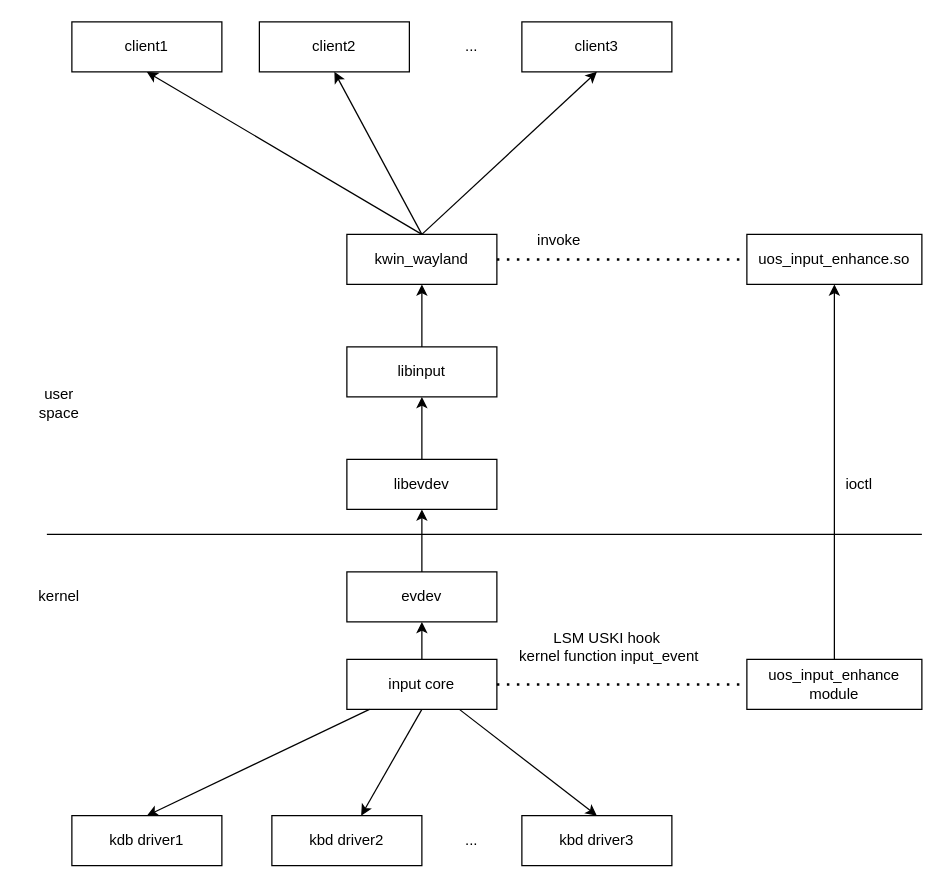
Above: input_enhance1.drawio in Allinaent/share (draw.io), before the change. Source tidied: cells renumbered, new cells numbered last; positions are measured from the earlier drawing's top-left corner, leaving out a move shared by most shapes. Both pictures are drawn from the tidied source at 125%, with x=0, y=0 at pixel (21, 21).
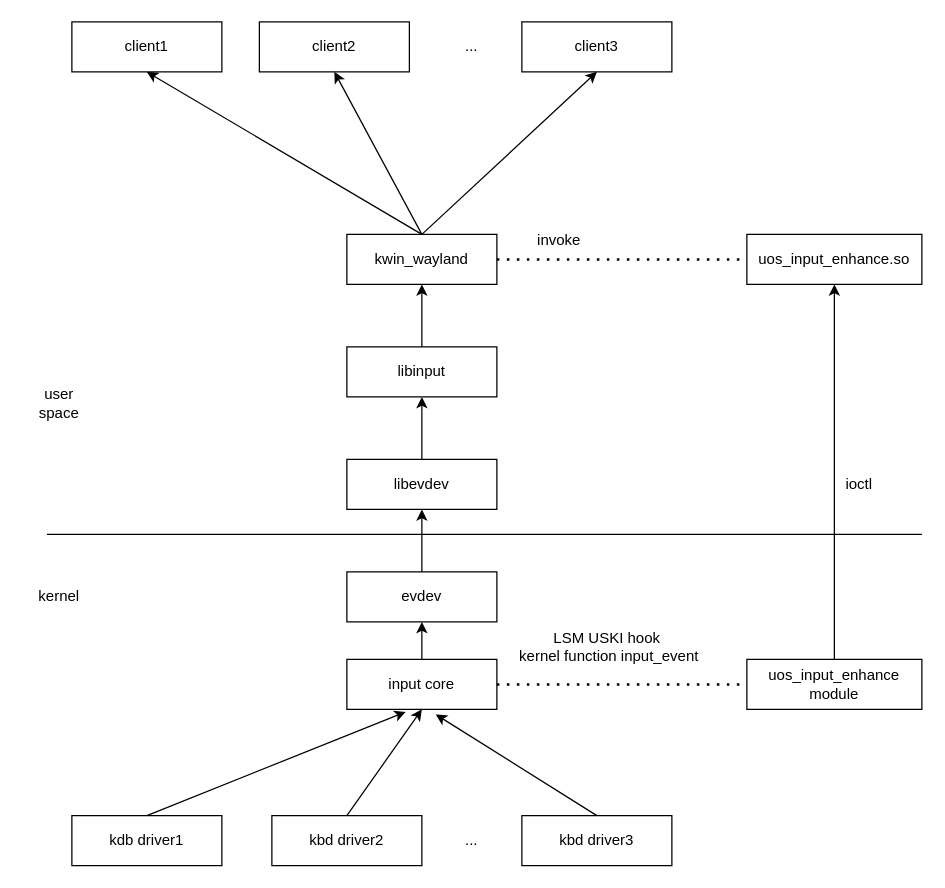
The same diagram, later.

Unchanged cells that the change refers to:
```xml
<mxCell id="22" value="input core" style="rounded=0;whiteSpace=wrap;html=1;" parent="1" vertex="1">
  <mxGeometry x="260" y="510" width="120" height="40" as="geometry" />
</mxCell>
<mxCell id="24" value="kdb driver1" style="rounded=0;whiteSpace=wrap;html=1;" parent="1" vertex="1">
  <mxGeometry x="40" y="635" width="120" height="40" as="geometry" />
</mxCell>
<mxCell id="25" value="kbd driver2" style="rounded=0;whiteSpace=wrap;html=1;" parent="1" vertex="1">
  <mxGeometry x="200" y="635" width="120" height="40" as="geometry" />
</mxCell>
<mxCell id="27" value="kbd driver3" style="rounded=0;whiteSpace=wrap;html=1;" parent="1" vertex="1">
  <mxGeometry x="400" y="635" width="120" height="40" as="geometry" />
</mxCell>
```

The edit, as a diff of the source:
```diff
@@
-    <mxCell id="29" style="endArrow=classic;html=1;rounded=0;entryX=0.5;entryY=0;entryDx=0;entryDy=0;" parent="1" edge="1" source="22" target="24">
+    <mxCell id="29" style="endArrow=classic;html=1;rounded=0;entryX=0.392;entryY=1.05;entryDx=0;entryDy=0;entryPerimeter=0;exitX=0.5;exitY=0;exitDx=0;exitDy=0;" parent="1" edge="1" source="24" target="22">
       <mxGeometry relative="1" as="geometry" />
     </mxCell>
-    <mxCell id="30" style="endArrow=classic;html=1;rounded=0;exitX=0.5;exitY=1;exitDx=0;exitDy=0;" parent="1" edge="1" source="22" target="25">
+    <mxCell id="30" style="endArrow=classic;html=1;rounded=0;entryX=0.5;entryY=1;entryDx=0;entryDy=0;exitX=0.5;exitY=0;exitDx=0;exitDy=0;" parent="1" edge="1" source="25" target="22">
       <mxGeometry relative="1" as="geometry" />
     </mxCell>
-    <mxCell id="31" style="endArrow=classic;html=1;rounded=0;entryX=0.5;entryY=0;entryDx=0;entryDy=0;exitX=0.75;exitY=1;exitDx=0;exitDy=0;" parent="1" edge="1" source="22" target="27">
+    <mxCell id="31" style="endArrow=classic;html=1;rounded=0;entryX=0.592;entryY=1.1;entryDx=0;entryDy=0;entryPerimeter=0;exitX=0.5;exitY=0;exitDx=0;exitDy=0;" parent="1" edge="1" source="27" target="22">
       <mxGeometry relative="1" as="geometry" />
     </mxCell>
```
